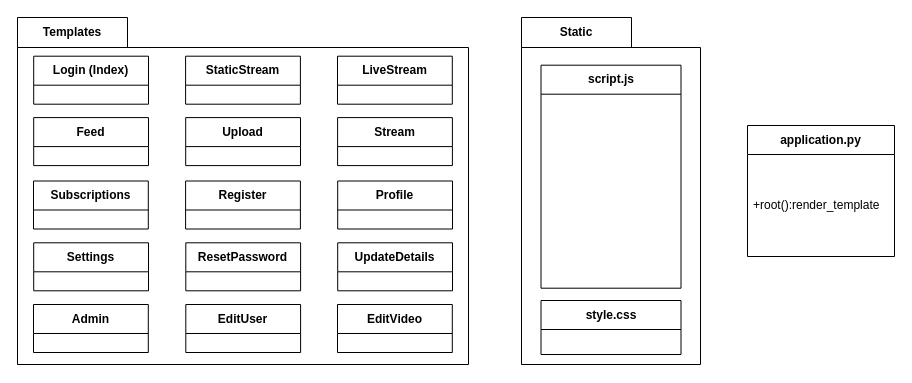
This is BoredCast_Class_Diagram.drawio from CorbinCoder/Diagrams, a draw.io file, before an edit. Source tidied: cells renumbered, new cells numbered last; positions are measured from the earlier drawing's top-left corner, leaving out a move shared by most shapes. Both pictures are drawn from the tidied source at 100%, with x=0, y=0 at pixel (17, 17).
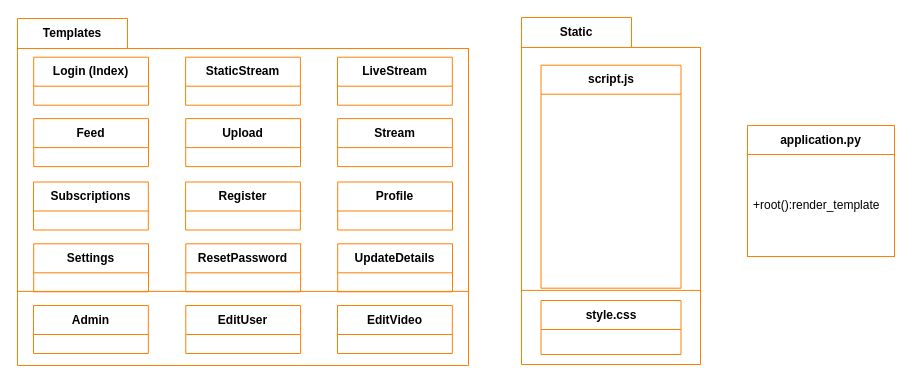
The same diagram, later.

The edit, as a diff of the source:
```diff
@@
+    <mxCell id="19" value="&lt;div&gt;application.py&lt;/div&gt;" style="swimlane;fontStyle=1;align=center;verticalAlign=middle;horizontal=1;startSize=29;html=1;whiteSpace=wrap;strokeColor=#FF8000;" parent="1" vertex="1">
+      <mxGeometry x="730" y="108" width="147" height="131" as="geometry" />
+    </mxCell>
+    <mxCell id="20" value="+root():render_template" style="text;html=1;strokeColor=#FF8000;fillColor=none;align=left;verticalAlign=middle;spacingLeft=4;spacingRight=4;overflow=hidden;whiteSpace=wrap;" parent="19" vertex="1">
+      <mxGeometry y="29" width="147" height="102" as="geometry" />
+    </mxCell>
+    <mxCell id="21" value="Static" style="shape=folder;fontStyle=1;tabWidth=110;tabHeight=30;tabPosition=left;html=1;boundedLbl=1;labelInHeader=1;whiteSpace=wrap;strokeColor=#FF8000;" parent="1" vertex="1">
+      <mxGeometry x="504" width="179" height="347" as="geometry" />
+    </mxCell>
+    <mxCell id="22" style="html=1;strokeColor=#FF8000;fillColor=none;whiteSpace=wrap;" parent="21" vertex="1">
+      <mxGeometry width="179" height="242.9" relative="1" as="geometry">
+        <mxPoint y="30" as="offset" />
+      </mxGeometry>
+    </mxCell>
+    <mxCell id="23" value="script.js" style="swimlane;fontStyle=1;align=center;verticalAlign=middle;horizontal=1;startSize=29;html=1;whiteSpace=wrap;strokeColor=#FF8000;" parent="21" vertex="1">
+      <mxGeometry x="19.5" y="47.7" width="140" height="223" as="geometry" />
+    </mxCell>
+    <mxCell id="24" value="style.css" style="swimlane;fontStyle=1;align=center;verticalAlign=middle;horizontal=1;startSize=29;html=1;whiteSpace=wrap;strokeColor=#FF8000;" parent="21" vertex="1">
+      <mxGeometry x="19.5" y="283" width="140" height="54" as="geometry" />
+    </mxCell>
-    <mxCell id="2" value="Templates" style="shape=folder;fontStyle=1;tabWidth=110;tabHeight=30;tabPosition=left;html=1;boundedLbl=1;labelInHeader=1;whiteSpace=wrap;" parent="1" vertex="1">
-      <mxGeometry width="451" height="347" as="geometry" />
+    <mxCell id="2" value="Templates" style="shape=folder;fontStyle=1;tabWidth=110;tabHeight=30;tabPosition=left;html=1;boundedLbl=1;labelInHeader=1;whiteSpace=wrap;strokeColor=#FF8000;" parent="1" vertex="1">
+      <mxGeometry y="1" width="451" height="347" as="geometry" />
     </mxCell>
-    <mxCell id="3" style="html=1;strokeColor=none;fillColor=none;whiteSpace=wrap;" parent="2" vertex="1">
+    <mxCell id="3" style="html=1;strokeColor=#FF8000;fillColor=none;whiteSpace=wrap;" parent="2" vertex="1">
       <mxGeometry width="451" height="242.9" relative="1" as="geometry">
         <mxPoint y="30" as="offset" />
       </mxGeometry>
     </mxCell>
-    <mxCell id="4" value="&lt;div&gt;StaticStream&lt;/div&gt;" style="swimlane;fontStyle=1;align=center;verticalAlign=middle;horizontal=1;startSize=29;html=1;whiteSpace=wrap;" parent="2" vertex="1">
+    <mxCell id="4" value="&lt;div&gt;StaticStream&lt;/div&gt;" style="swimlane;fontStyle=1;align=center;verticalAlign=middle;horizontal=1;startSize=29;html=1;whiteSpace=wrap;strokeColor=#FF8000;" parent="2" vertex="1">
       <mxGeometry x="168.1" y="38.7" width="114.8" height="48" as="geometry" />
     </mxCell>
-    <mxCell id="5" value="LiveStream" style="swimlane;fontStyle=1;align=center;verticalAlign=middle;horizontal=1;startSize=29;html=1;whiteSpace=wrap;" parent="2" vertex="1">
+    <mxCell id="5" value="LiveStream" style="swimlane;fontStyle=1;align=center;verticalAlign=middle;horizontal=1;startSize=29;html=1;whiteSpace=wrap;strokeColor=#FF8000;" parent="2" vertex="1">
       <mxGeometry x="320" y="38.7" width="114.8" height="48" as="geometry" />
     </mxCell>
-    <mxCell id="6" value="Upload" style="swimlane;fontStyle=1;align=center;verticalAlign=middle;horizontal=1;startSize=29;html=1;whiteSpace=wrap;" parent="2" vertex="1">
+    <mxCell id="6" value="Upload" style="swimlane;fontStyle=1;align=center;verticalAlign=middle;horizontal=1;startSize=29;html=1;whiteSpace=wrap;strokeColor=#FF8000;" parent="2" vertex="1">
       <mxGeometry x="168.2" y="100.1" width="114.8" height="48" as="geometry" />
     </mxCell>
-    <mxCell id="7" value="Stream" style="swimlane;fontStyle=1;align=center;verticalAlign=middle;horizontal=1;startSize=29;html=1;whiteSpace=wrap;" parent="2" vertex="1">
+    <mxCell id="7" value="Stream" style="swimlane;fontStyle=1;align=center;verticalAlign=middle;horizontal=1;startSize=29;html=1;whiteSpace=wrap;strokeColor=#FF8000;" parent="2" vertex="1">
       <mxGeometry x="320.1" y="100.1" width="114.8" height="48" as="geometry" />
     </mxCell>
-    <mxCell id="8" value="Subscriptions" style="swimlane;fontStyle=1;align=center;verticalAlign=middle;horizontal=1;startSize=29;html=1;whiteSpace=wrap;" parent="2" vertex="1">
+    <mxCell id="8" value="Subscriptions" style="swimlane;fontStyle=1;align=center;verticalAlign=middle;horizontal=1;startSize=29;html=1;whiteSpace=wrap;strokeColor=#FF8000;" parent="2" vertex="1">
       <mxGeometry x="16" y="163.5" width="114.8" height="48" as="geometry" />
     </mxCell>
-    <mxCell id="9" value="Register" style="swimlane;fontStyle=1;align=center;verticalAlign=middle;horizontal=1;startSize=29;html=1;whiteSpace=wrap;" parent="2" vertex="1">
+    <mxCell id="9" value="Register" style="swimlane;fontStyle=1;align=center;verticalAlign=middle;horizontal=1;startSize=29;html=1;whiteSpace=wrap;strokeColor=#FF8000;" parent="2" vertex="1">
       <mxGeometry x="168.1" y="163.5" width="114.8" height="48" as="geometry" />
     </mxCell>
-    <mxCell id="10" value="Login (Index)" style="swimlane;fontStyle=1;align=center;verticalAlign=middle;horizontal=1;startSize=29;html=1;whiteSpace=wrap;" parent="2" vertex="1">
+    <mxCell id="10" value="Login (Index)" style="swimlane;fontStyle=1;align=center;verticalAlign=middle;horizontal=1;startSize=29;html=1;whiteSpace=wrap;strokeColor=#FF8000;" parent="2" vertex="1">
       <mxGeometry x="16.2" y="38.7" width="114.8" height="48" as="geometry" />
     </mxCell>
-    <mxCell id="11" value="Settings" style="swimlane;fontStyle=1;align=center;verticalAlign=middle;horizontal=1;startSize=29;html=1;whiteSpace=wrap;" parent="2" vertex="1">
+    <mxCell id="11" value="Settings" style="swimlane;fontStyle=1;align=center;verticalAlign=middle;horizontal=1;startSize=29;html=1;whiteSpace=wrap;strokeColor=#FF8000;" parent="2" vertex="1">
       <mxGeometry x="16.2" y="225.3" width="114.8" height="48" as="geometry" />
     </mxCell>
-    <mxCell id="12" value="ResetPassword" style="swimlane;fontStyle=1;align=center;verticalAlign=middle;horizontal=1;startSize=29;html=1;whiteSpace=wrap;" parent="2" vertex="1">
+    <mxCell id="12" value="ResetPassword" style="swimlane;fontStyle=1;align=center;verticalAlign=middle;horizontal=1;startSize=29;html=1;whiteSpace=wrap;strokeColor=#FF8000;" parent="2" vertex="1">
       <mxGeometry x="168.3" y="225.3" width="114.8" height="48" as="geometry" />
     </mxCell>
-    <mxCell id="13" value="UpdateDetails" style="swimlane;fontStyle=1;align=center;verticalAlign=middle;horizontal=1;startSize=29;html=1;whiteSpace=wrap;" parent="2" vertex="1">
+    <mxCell id="13" value="UpdateDetails" style="swimlane;fontStyle=1;align=center;verticalAlign=middle;horizontal=1;startSize=29;html=1;whiteSpace=wrap;strokeColor=#FF8000;" parent="2" vertex="1">
       <mxGeometry x="320.2" y="225.3" width="114.8" height="48" as="geometry" />
     </mxCell>
-    <mxCell id="14" value="Profile" style="swimlane;fontStyle=1;align=center;verticalAlign=middle;horizontal=1;startSize=29;html=1;whiteSpace=wrap;" parent="2" vertex="1">
+    <mxCell id="14" value="Profile" style="swimlane;fontStyle=1;align=center;verticalAlign=middle;horizontal=1;startSize=29;html=1;whiteSpace=wrap;strokeColor=#FF8000;" parent="2" vertex="1">
       <mxGeometry x="320.2" y="163.5" width="114.8" height="48" as="geometry" />
     </mxCell>
-    <mxCell id="15" value="Admin" style="swimlane;fontStyle=1;align=center;verticalAlign=middle;horizontal=1;startSize=29;html=1;whiteSpace=wrap;" parent="2" vertex="1">
+    <mxCell id="15" value="Admin" style="swimlane;fontStyle=1;align=center;verticalAlign=middle;horizontal=1;startSize=29;html=1;whiteSpace=wrap;strokeColor=#FF8000;" parent="2" vertex="1">
       <mxGeometry x="16" y="287" width="114.8" height="48" as="geometry" />
     </mxCell>
-    <mxCell id="16" value="Feed" style="swimlane;fontStyle=1;align=center;verticalAlign=middle;horizontal=1;startSize=29;html=1;whiteSpace=wrap;" parent="2" vertex="1">
+    <mxCell id="16" value="Feed" style="swimlane;fontStyle=1;align=center;verticalAlign=middle;horizontal=1;startSize=29;html=1;whiteSpace=wrap;strokeColor=#FF8000;" parent="2" vertex="1">
       <mxGeometry x="16.2" y="100.1" width="114.8" height="48" as="geometry" />
     </mxCell>
-    <mxCell id="17" value="EditUser" style="swimlane;fontStyle=1;align=center;verticalAlign=middle;horizontal=1;startSize=29;html=1;whiteSpace=wrap;" parent="2" vertex="1">
+    <mxCell id="17" value="EditUser" style="swimlane;fontStyle=1;align=center;verticalAlign=middle;horizontal=1;startSize=29;html=1;whiteSpace=wrap;strokeColor=#FF8000;" parent="2" vertex="1">
       <mxGeometry x="168.3" y="287" width="114.8" height="48" as="geometry" />
     </mxCell>
-    <mxCell id="18" value="EditVideo" style="swimlane;fontStyle=1;align=center;verticalAlign=middle;horizontal=1;startSize=29;html=1;whiteSpace=wrap;" parent="2" vertex="1">
+    <mxCell id="18" value="EditVideo" style="swimlane;fontStyle=1;align=center;verticalAlign=middle;horizontal=1;startSize=29;html=1;whiteSpace=wrap;strokeColor=#FF8000;" parent="2" vertex="1">
       <mxGeometry x="320" y="287" width="114.8" height="48" as="geometry" />
     </mxCell>
-    <mxCell id="19" value="&lt;div&gt;application.py&lt;/div&gt;" style="swimlane;fontStyle=1;align=center;verticalAlign=middle;horizontal=1;startSize=29;html=1;whiteSpace=wrap;" parent="1" vertex="1">
-      <mxGeometry x="730" y="108" width="147" height="131" as="geometry" />
-    </mxCell>
-    <mxCell id="20" value="+root():render_template" style="text;html=1;strokeColor=none;fillColor=none;align=left;verticalAlign=middle;spacingLeft=4;spacingRight=4;overflow=hidden;whiteSpace=wrap;" parent="19" vertex="1">
-      <mxGeometry y="29" width="147" height="102" as="geometry" />
-    </mxCell>
-    <mxCell id="21" value="Static" style="shape=folder;fontStyle=1;tabWidth=110;tabHeight=30;tabPosition=left;html=1;boundedLbl=1;labelInHeader=1;whiteSpace=wrap;" parent="1" vertex="1">
-      <mxGeometry x="504" width="179" height="347" as="geometry" />
-    </mxCell>
-    <mxCell id="22" style="html=1;strokeColor=none;fillColor=none;whiteSpace=wrap;" parent="21" vertex="1">
-      <mxGeometry width="179" height="242.9" relative="1" as="geometry">
-        <mxPoint y="30" as="offset" />
-      </mxGeometry>
-    </mxCell>
-    <mxCell id="23" value="script.js" style="swimlane;fontStyle=1;align=center;verticalAlign=middle;horizontal=1;startSize=29;html=1;whiteSpace=wrap;" parent="21" vertex="1">
-      <mxGeometry x="19.5" y="47.7" width="140" height="223" as="geometry" />
-    </mxCell>
-    <mxCell id="24" value="style.css" style="swimlane;fontStyle=1;align=center;verticalAlign=middle;horizontal=1;startSize=29;html=1;whiteSpace=wrap;" parent="21" vertex="1">
-      <mxGeometry x="19.5" y="283" width="140" height="54" as="geometry" />
-    </mxCell>
```
